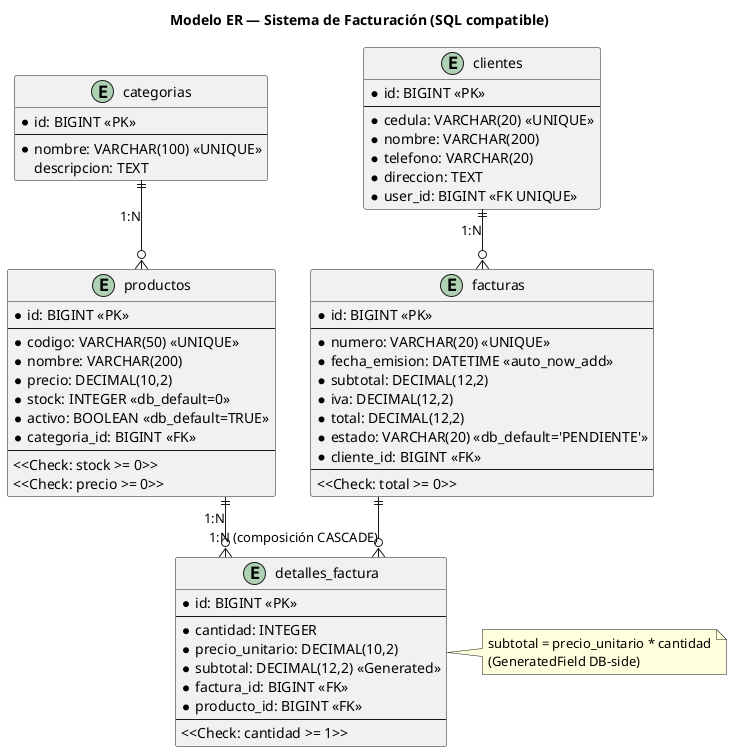
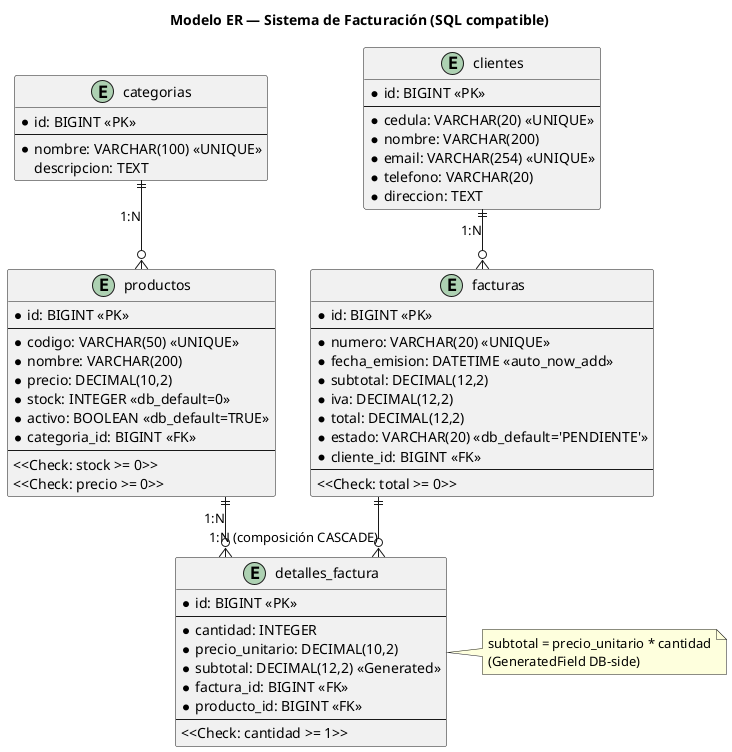
@startuml 07-er-facturacion
title Modelo ER — Sistema de Facturación (SQL compatible)

skinparam linetype ortho

entity "categorias" as cat {
  *id: BIGINT <<PK>>
  --
  *nombre: VARCHAR(100) <<UNIQUE>>
  descripcion: TEXT
}

entity "productos" as prod {
  *id: BIGINT <<PK>>
  --
  *codigo: VARCHAR(50) <<UNIQUE>>
  *nombre: VARCHAR(200)
  *precio: DECIMAL(10,2)
  *stock: INTEGER <<db_default=0>>
  *activo: BOOLEAN <<db_default=TRUE>>
  *categoria_id: BIGINT <<FK>>
  --
  <<Check: stock >= 0>>
  <<Check: precio >= 0>>
}

entity "clientes" as cli {
  *id: BIGINT <<PK>>
  --
  *cedula: VARCHAR(20) <<UNIQUE>>
  *nombre: VARCHAR(200)
+   *email: VARCHAR(254) <<UNIQUE>>
  *telefono: VARCHAR(20)
  *direccion: TEXT
-   *user_id: BIGINT <<FK UNIQUE>>
}

entity "facturas" as fac {
  *id: BIGINT <<PK>>
  --
  *numero: VARCHAR(20) <<UNIQUE>>
  *fecha_emision: DATETIME <<auto_now_add>>
  *subtotal: DECIMAL(12,2)
  *iva: DECIMAL(12,2)
  *total: DECIMAL(12,2)
  *estado: VARCHAR(20) <<db_default='PENDIENTE'>>
  *cliente_id: BIGINT <<FK>>
  --
  <<Check: total >= 0>>
}

entity "detalles_factura" as det {
  *id: BIGINT <<PK>>
  --
  *cantidad: INTEGER
  *precio_unitario: DECIMAL(10,2)
  *subtotal: DECIMAL(12,2) <<Generated>>
  *factura_id: BIGINT <<FK>>
  *producto_id: BIGINT <<FK>>
  --
  <<Check: cantidad >= 1>>
}

cat ||--o{ prod : "1:N"
cli ||--o{ fac : "1:N"
fac ||--o{ det : "1:N (composición CASCADE)"
prod ||--o{ det : "1:N"

note right of det
  subtotal = precio_unitario * cantidad
  (GeneratedField DB-side)
end note

@enduml
